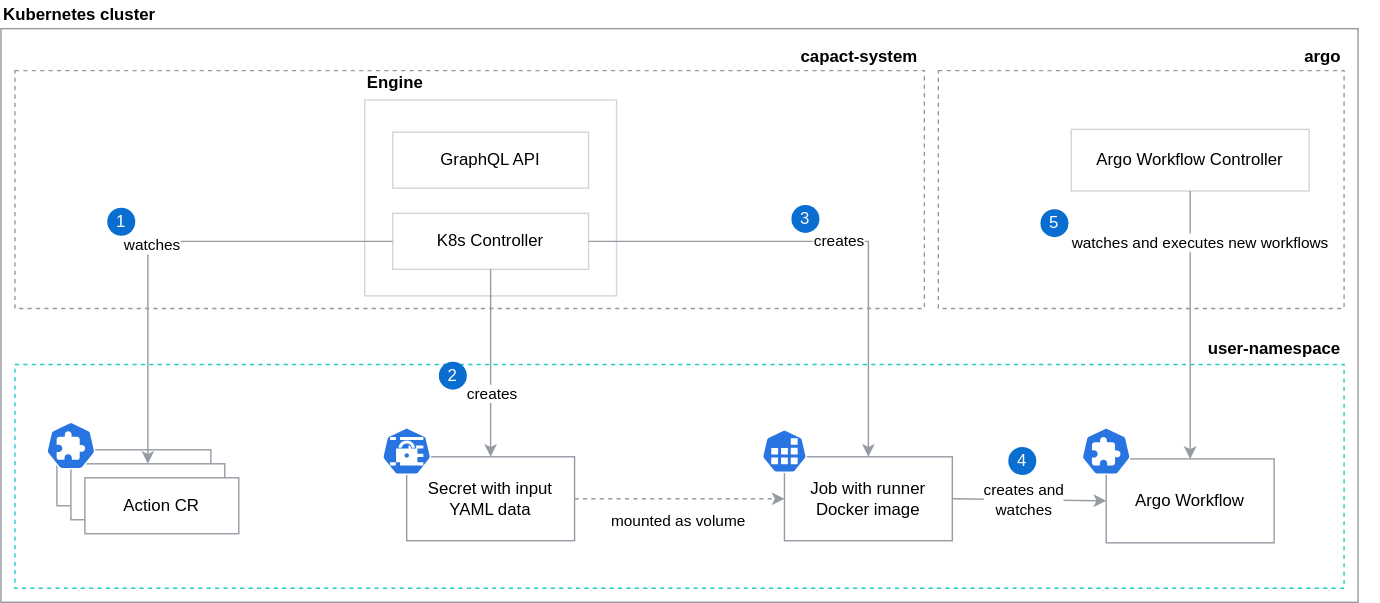
The draw.io diagram docs/architecture/assets/runner-arch.svg in capactio/website, before a commit. Source tidied: cells renumbered, new cells last; positions are measured from the earlier drawing's top-left corner, leaving out a move shared by most shapes.
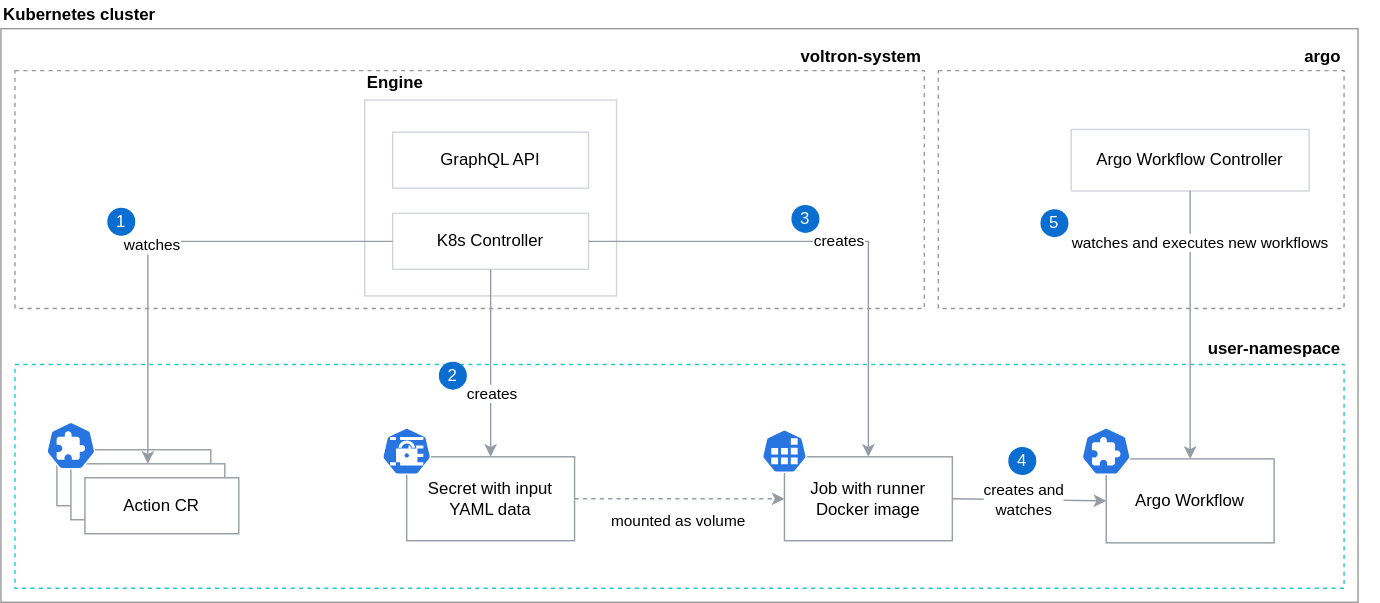
Later version of the same file.

What changed in the source:
```diff
@@ -2,6 +2,9 @@
   <root>
     <mxCell id="0" />
     <mxCell id="1" parent="0" />
+    <mxCell id="47" style="rounded=0;whiteSpace=wrap;html=1;strokeColor=none;" parent="1" vertex="1">
+      <mxGeometry width="970" height="430" as="geometry" />
+    </mxCell>
     <mxCell id="2" style="rounded=0;whiteSpace=wrap;html=1;fillColor=none;strokeColor=#999999;" parent="1" vertex="1">
       <mxGeometry y="20" width="970" height="410" as="geometry" />
     </mxCell>
```
